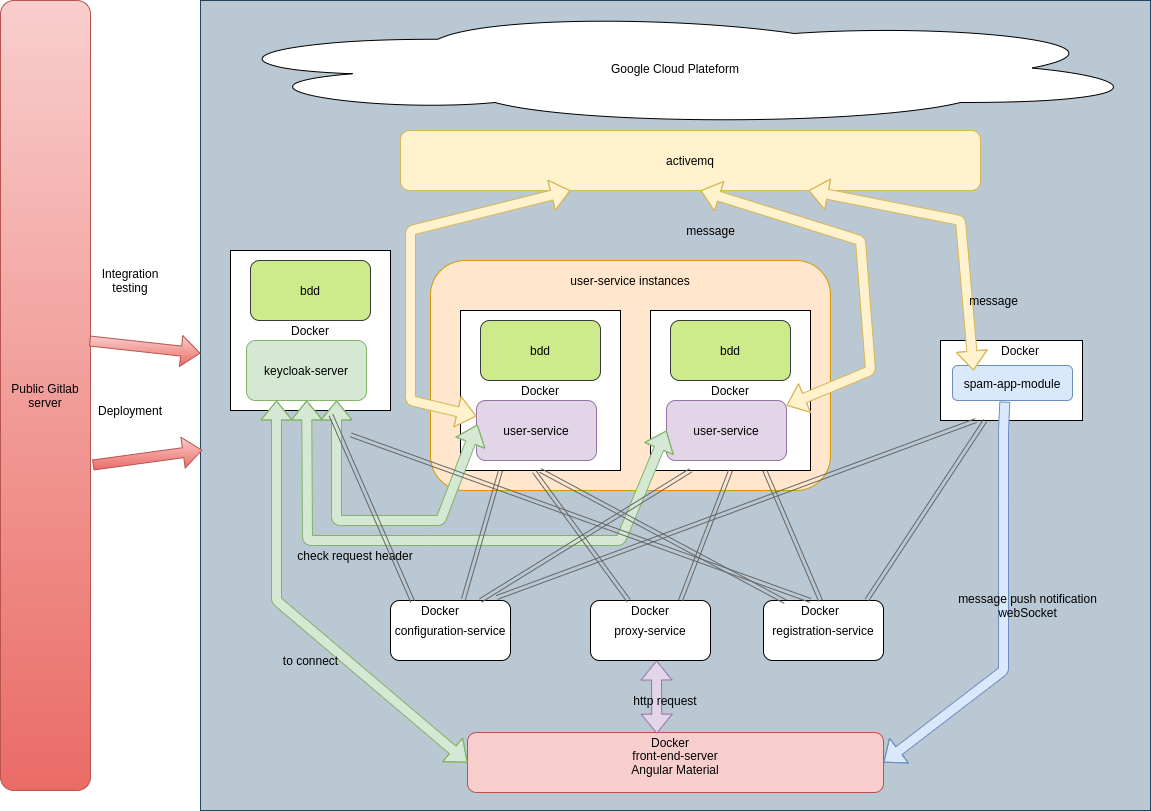
The draw.io diagram docs/img/6/Micro-service-2.png in jeannory/blog, before a commit. Source tidied: cells renumbered, new cells last; positions are measured from the earlier drawing's top-left corner, leaving out a move shared by most shapes.
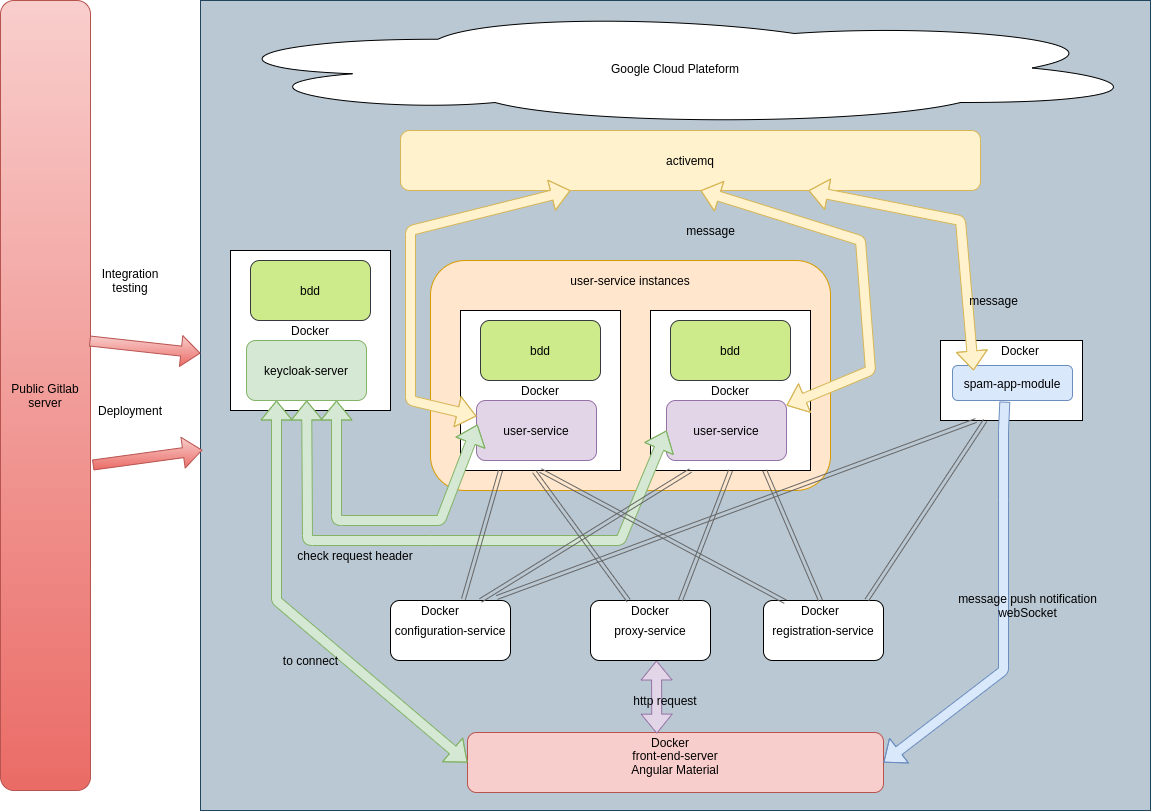
Later version of the same file.

Commit message:
add micro services

The edit, as a diff of the source:
```diff
@@ -182,14 +182,6 @@
     <mxCell id="48" value="to connect" style="text;html=1;align=center;verticalAlign=middle;" parent="1" vertex="1">
       <mxGeometry x="275" y="650" width="70" height="20" as="geometry" />
     </mxCell>
-    <mxCell id="49" style="endArrow=none;html=1;shape=link;fillColor=#f5f5f5;strokeColor=#666666;entryX=0.628;entryY=1.028;entryDx=0;entryDy=0;entryPerimeter=0;exitX=0.185;exitY=0.019;exitDx=0;exitDy=0;exitPerimeter=0;" parent="1" edge="1" source="35" target="21">
-      <mxGeometry relative="1" as="geometry" />
-    </mxCell>
-    <mxCell id="50" style="endArrow=none;html=1;shape=link;fillColor=#f5f5f5;strokeColor=#666666;entryX=0.628;entryY=1.028;entryDx=0;entryDy=0;entryPerimeter=0;exitX=0.25;exitY=0;exitDx=0;exitDy=0;" parent="1" edge="1" source="46">
-      <mxGeometry relative="1" as="geometry">
-        <mxPoint x="350.5" y="434.5" as="targetPoint" />
-      </mxGeometry>
-    </mxCell>
     <mxCell id="51" style="endArrow=none;html=1;shape=link;fillColor=#f5f5f5;strokeColor=#666666;entryX=0.5;entryY=1;entryDx=0;entryDy=0;exitX=0.181;exitY=0.019;exitDx=0;exitDy=0;exitPerimeter=0;" parent="1" edge="1" source="36" target="13">
       <mxGeometry relative="1" as="geometry" />
     </mxCell>
```
